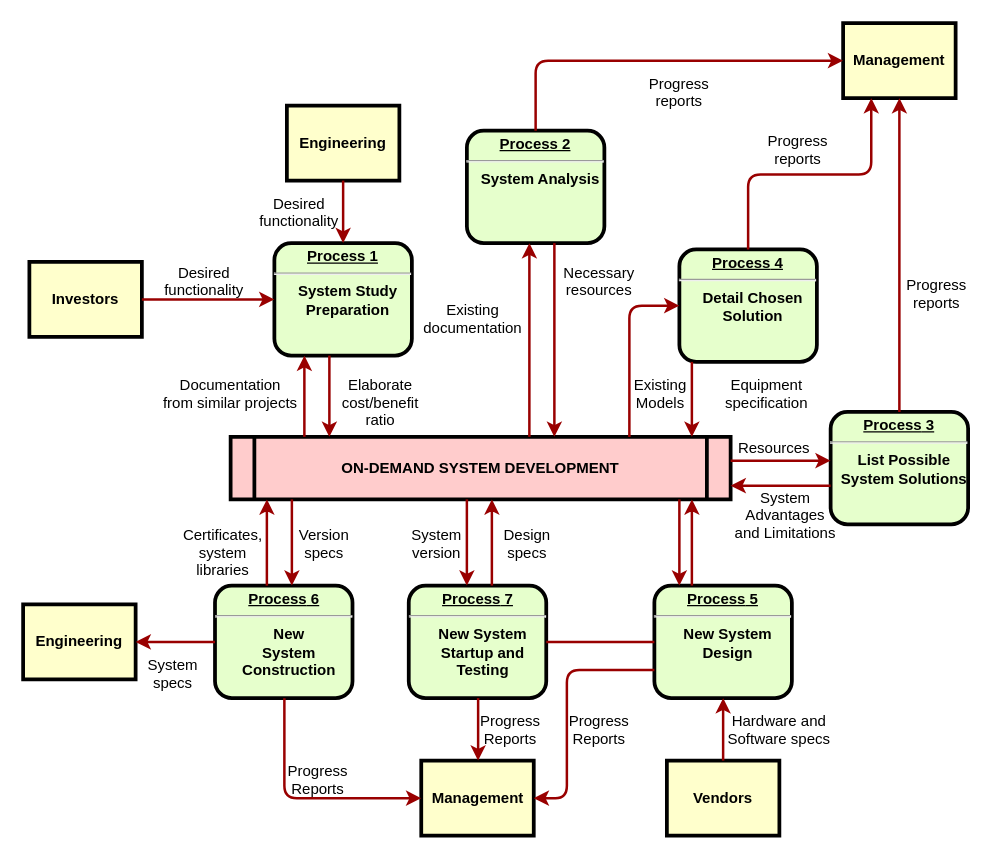
The draw.io diagram Untitled Diagram.drawio in tobymoreno/mtls-proxy, before the edit. Source tidied: cells renumbered, new cells numbered last; positions are measured from the earlier drawing's top-left corner, leaving out a move shared by most shapes. Both pictures are drawn from the tidied source at 125%, with x=0, y=0 at pixel (22, 22).
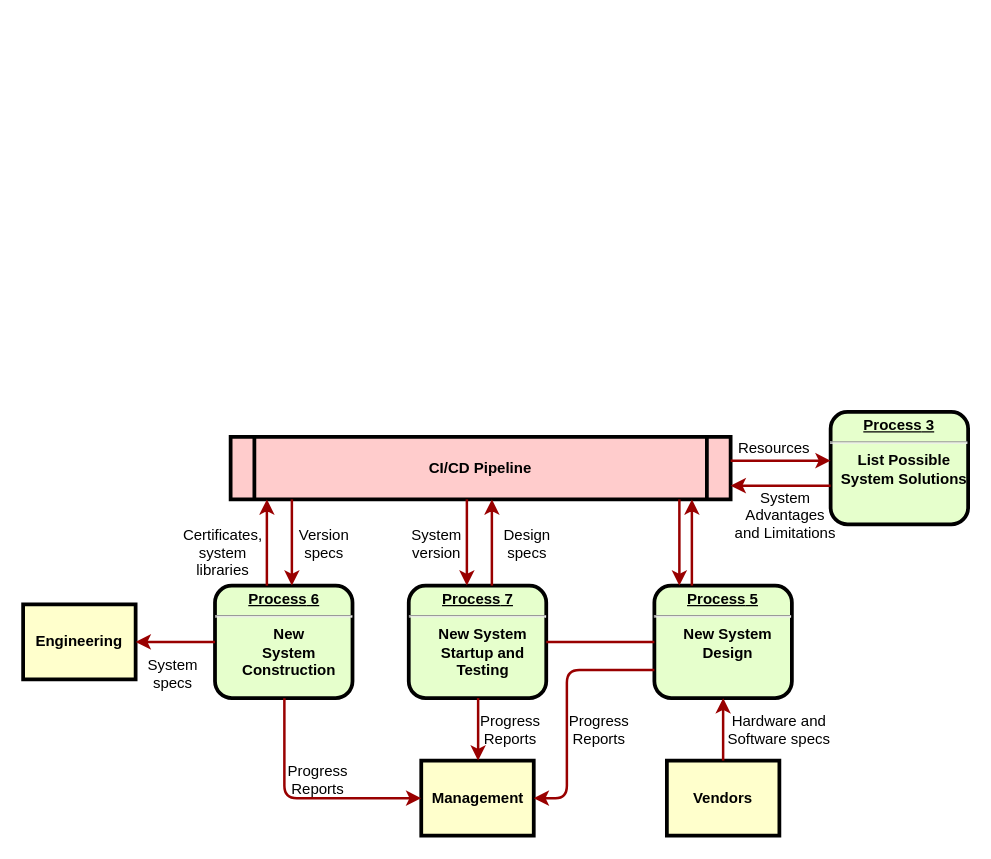
Above is the later version.

Unchanged cells that the change refers to:
```xml
<mxCell id="7" value="&lt;p style=&quot;margin: 0px; margin-top: 4px; text-align: center; text-decoration: underline;&quot;&gt;&lt;strong&gt;&lt;strong&gt;Process&lt;/strong&gt; 3&lt;br /&gt;&lt;/strong&gt;&lt;/p&gt;&lt;hr /&gt;&lt;p style=&quot;margin: 0px; margin-left: 8px;&quot;&gt;List Possible&lt;/p&gt;&lt;p style=&quot;margin: 0px; margin-left: 8px;&quot;&gt;System Solutions&lt;/p&gt;" style="verticalAlign=middle;align=center;overflow=fill;fontSize=12;fontFamily=Helvetica;html=1;rounded=1;fontStyle=1;strokeWidth=3;fillColor=#E6FFCC;" parent="1" vertex="1">
  <mxGeometry x="646" y="311" width="110" height="90" as="geometry" />
</mxCell>
```

Change to the diagram source:
```diff
@@
-    <mxCell id="2" value="&lt;p style=&quot;margin: 0px; margin-top: 4px; text-align: center; text-decoration: underline;&quot;&gt;&lt;strong&gt;Process 1&lt;br /&gt;&lt;/strong&gt;&lt;/p&gt;&lt;hr /&gt;&lt;p style=&quot;margin: 0px; margin-left: 8px;&quot;&gt;System Study&lt;/p&gt;&lt;p style=&quot;margin: 0px; margin-left: 8px;&quot;&gt;Preparation&lt;/p&gt;" style="verticalAlign=middle;align=center;overflow=fill;fontSize=12;fontFamily=Helvetica;html=1;rounded=1;fontStyle=1;strokeWidth=3;fillColor=#E6FFCC;" parent="1" vertex="1">
-      <mxGeometry x="201" y="176" width="110" height="90" as="geometry" />
-    </mxCell>
-    <mxCell id="3" value="Engineering" style="whiteSpace=wrap;align=center;verticalAlign=middle;fontStyle=1;strokeWidth=3;fillColor=#FFFFCC;" parent="1" vertex="1">
-      <mxGeometry x="211" y="66" width="90" height="60" as="geometry" />
-    </mxCell>
-    <mxCell id="4" value="Investors" style="whiteSpace=wrap;align=center;verticalAlign=middle;fontStyle=1;strokeWidth=3;fillColor=#FFFFCC;" parent="1" vertex="1">
-      <mxGeometry x="5" y="191" width="90" height="60" as="geometry" />
-    </mxCell>
-    <mxCell id="5" value="ON-DEMAND SYSTEM DEVELOPMENT" style="shape=process;whiteSpace=wrap;align=center;verticalAlign=middle;size=0.0475;fontStyle=1;strokeWidth=3;fillColor=#FFCCCC;" parent="1" vertex="1">
+    <mxCell id="5" value="CI/CD Pipeline" style="shape=process;whiteSpace=wrap;align=center;verticalAlign=middle;size=0.0475;fontStyle=1;strokeWidth=3;fillColor=#FFCCCC;" parent="1" vertex="1">
       <mxGeometry x="166" y="331" width="400" height="50" as="geometry" />
     </mxCell>
-    <mxCell id="6" value="&lt;p style=&quot;margin: 0px; margin-top: 4px; text-align: center; text-decoration: underline;&quot;&gt;&lt;strong&gt;Process 2&lt;br /&gt;&lt;/strong&gt;&lt;/p&gt;&lt;hr /&gt;&lt;p style=&quot;margin: 0px; margin-left: 8px;&quot;&gt;System Analysis&lt;/p&gt;" style="verticalAlign=middle;align=center;overflow=fill;fontSize=12;fontFamily=Helvetica;html=1;rounded=1;fontStyle=1;strokeWidth=3;fillColor=#E6FFCC;" parent="1" vertex="1">
-      <mxGeometry x="355" y="86" width="110" height="90" as="geometry" />
-    </mxCell>
@@
-    <mxCell id="8" value="&lt;p style=&quot;margin: 0px; margin-top: 4px; text-align: center; text-decoration: underline;&quot;&gt;&lt;strong&gt;&lt;strong&gt;Process&lt;/strong&gt; 4&lt;br /&gt;&lt;/strong&gt;&lt;/p&gt;&lt;hr /&gt;&lt;p style=&quot;margin: 0px; margin-left: 8px;&quot;&gt;Detail Chosen&lt;/p&gt;&lt;p style=&quot;margin: 0px; margin-left: 8px;&quot;&gt;Solution&lt;/p&gt;" style="verticalAlign=middle;align=center;overflow=fill;fontSize=12;fontFamily=Helvetica;html=1;rounded=1;fontStyle=1;strokeWidth=3;fillColor=#E6FFCC;" parent="1" vertex="1">
-      <mxGeometry x="525" y="181" width="110" height="90" as="geometry" />
-    </mxCell>
@@
-    <mxCell id="11" value="Management" style="whiteSpace=wrap;align=center;verticalAlign=middle;fontStyle=1;strokeWidth=3;fillColor=#FFFFCC;" parent="1" vertex="1">
-      <mxGeometry x="656" width="90" height="60" as="geometry" />
-    </mxCell>
@@
-    <mxCell id="15" style="edgeStyle=none;noEdgeStyle=1;strokeColor=#990000;strokeWidth=2;" parent="1" edge="1" source="3" target="2">
-      <mxGeometry relative="1" as="geometry" />
-    </mxCell>
-    <mxCell id="16" style="edgeStyle=none;noEdgeStyle=1;strokeColor=#990000;strokeWidth=2;" parent="1" edge="1" source="4" target="2">
-      <mxGeometry relative="1" as="geometry" />
-    </mxCell>
@@
-    <mxCell id="19" value="Desired &#10;functionality" style="text;spacingTop=-5;align=center;" parent="1" vertex="1">
-      <mxGeometry x="130" y="191" width="30" height="20" as="geometry" />
-    </mxCell>
-    <mxCell id="20" value="Desired &#10;functionality" style="text;spacingTop=-5;align=center;" parent="1" vertex="1">
-      <mxGeometry x="206" y="136" width="30" height="20" as="geometry" />
-    </mxCell>
-    <mxCell id="21" value="Documentation&#10;from similar projects" style="text;spacingTop=-5;align=center;" parent="1" vertex="1">
-      <mxGeometry x="151" y="281" width="30" height="20" as="geometry" />
-    </mxCell>
-    <mxCell id="22" style="edgeStyle=elbowEdgeStyle;elbow=horizontal;strokeColor=#990000;strokeWidth=2;" parent="1" edge="1" source="5" target="2">
-      <mxGeometry relative="1" as="geometry">
-        <Array as="points">
-          <mxPoint x="225" y="310" />
-        </Array>
-      </mxGeometry>
-    </mxCell>
-    <mxCell id="23" style="edgeStyle=elbowEdgeStyle;elbow=horizontal;strokeColor=#990000;strokeWidth=2;" parent="1" edge="1" source="2" target="5">
-      <mxGeometry relative="1" as="geometry">
-        <Array as="points">
-          <mxPoint x="245" y="300" />
-        </Array>
-      </mxGeometry>
-    </mxCell>
-    <mxCell id="24" value="Elaborate&#10;cost/benefit&#10;ratio" style="text;spacingTop=-5;align=center;" parent="1" vertex="1">
-      <mxGeometry x="271" y="281" width="30" height="20" as="geometry" />
-    </mxCell>
-    <mxCell id="25" style="edgeStyle=elbowEdgeStyle;elbow=horizontal;strokeColor=#990000;strokeWidth=2;" parent="1" edge="1" source="5" target="6">
-      <mxGeometry relative="1" as="geometry">
-        <Array as="points">
-          <mxPoint x="405" y="250" />
-        </Array>
-      </mxGeometry>
-    </mxCell>
-    <mxCell id="26" style="edgeStyle=elbowEdgeStyle;elbow=horizontal;strokeColor=#990000;strokeWidth=2;" parent="1" edge="1" source="6" target="5">
-      <mxGeometry relative="1" as="geometry">
-        <Array as="points">
-          <mxPoint x="425" y="260" />
-        </Array>
-      </mxGeometry>
-    </mxCell>
-    <mxCell id="27" value="Existing&#10;documentation" style="text;spacingTop=-5;align=center;" parent="1" vertex="1">
-      <mxGeometry x="345" y="221" width="30" height="20" as="geometry" />
-    </mxCell>
-    <mxCell id="28" value="Necessary&#10;resources" style="text;spacingTop=-5;align=center;" parent="1" vertex="1">
-      <mxGeometry x="446" y="191" width="30" height="20" as="geometry" />
-    </mxCell>
-    <mxCell id="29" value="Progress&#10;reports" style="text;spacingTop=-5;align=center;" parent="1" vertex="1">
-      <mxGeometry x="510" y="40" width="30" height="20" as="geometry" />
-    </mxCell>
-    <mxCell id="30" value="Progress&#10;reports" style="text;spacingTop=-5;align=center;" parent="1" vertex="1">
-      <mxGeometry x="605" y="86" width="30" height="20" as="geometry" />
-    </mxCell>
-    <mxCell id="31" value="Progress&#10;reports" style="text;spacingTop=-5;align=center;" parent="1" vertex="1">
-      <mxGeometry x="716" y="201" width="30" height="20" as="geometry" />
-    </mxCell>
-    <mxCell id="32" style="edgeStyle=elbowEdgeStyle;elbow=horizontal;strokeColor=#990000;strokeWidth=2;" parent="1" edge="1" source="6" target="11">
-      <mxGeometry relative="1" as="geometry">
-        <Array as="points">
-          <mxPoint x="410" y="80" />
-        </Array>
-      </mxGeometry>
-    </mxCell>
-    <mxCell id="33" style="edgeStyle=elbowEdgeStyle;elbow=vertical;entryX=0.25;entryY=1;strokeColor=#990000;strokeWidth=2;" parent="1" edge="1" source="8" target="11">
-      <mxGeometry relative="1" as="geometry" />
-    </mxCell>
-    <mxCell id="34" style="edgeStyle=elbowEdgeStyle;elbow=horizontal;strokeColor=#990000;strokeWidth=2;" parent="1" edge="1" source="7" target="11">
-      <mxGeometry relative="1" as="geometry" />
-    </mxCell>
-    <mxCell id="35" style="edgeStyle=elbowEdgeStyle;elbow=horizontal;strokeColor=#990000;strokeWidth=2;" parent="1" edge="1" source="8" target="5">
-      <mxGeometry relative="1" as="geometry">
-        <Array as="points">
-          <mxPoint x="535" y="300" />
-        </Array>
-      </mxGeometry>
-    </mxCell>
-    <mxCell id="36" style="edgeStyle=segmentEdgeStyle;strokeColor=#990000;strokeWidth=2;" parent="1" edge="1" source="5" target="8">
-      <mxGeometry relative="1" as="geometry">
-        <Array as="points">
-          <mxPoint x="485" y="226" />
-        </Array>
-      </mxGeometry>
-    </mxCell>
-    <mxCell id="37" value="Existing&#10;Models" style="text;spacingTop=-5;align=center;" parent="1" vertex="1">
-      <mxGeometry x="495" y="281" width="30" height="20" as="geometry" />
-    </mxCell>
-    <mxCell id="38" value="Equipment&#10;specification" style="text;spacingTop=-5;align=center;" parent="1" vertex="1">
-      <mxGeometry x="580" y="281" width="30" height="20" as="geometry" />
-    </mxCell>
```
